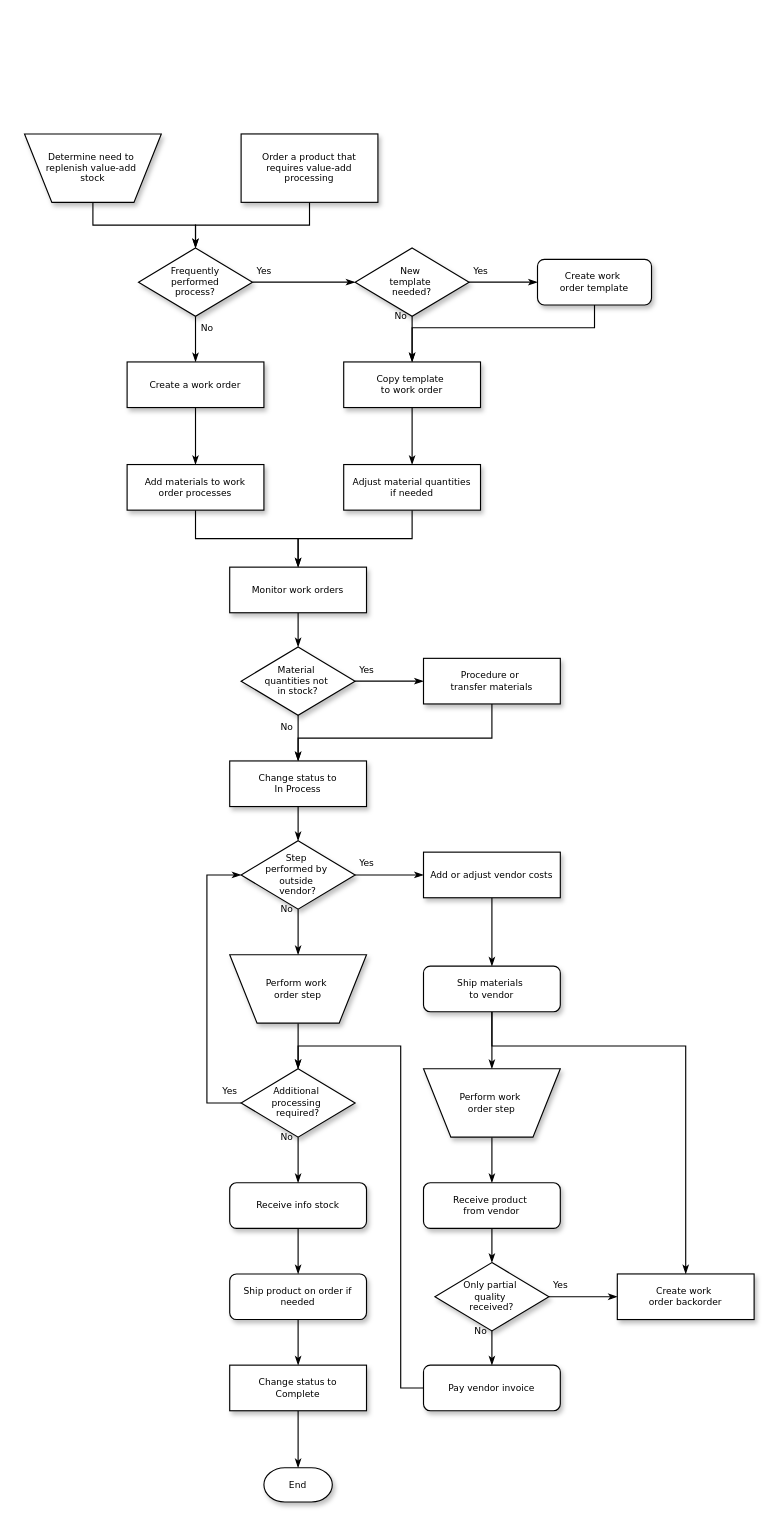
Before: Untitled Diagram.drawio in DanZech/45-Learning-Code, a draw.io diagram. Source tidied: cells renumbered, new cells numbered last; positions are measured from the earlier drawing's top-left corner, leaving out a move shared by most shapes. Both pictures are drawn from the tidied source at 114%, with x=0, y=0 at pixel (24, 133).
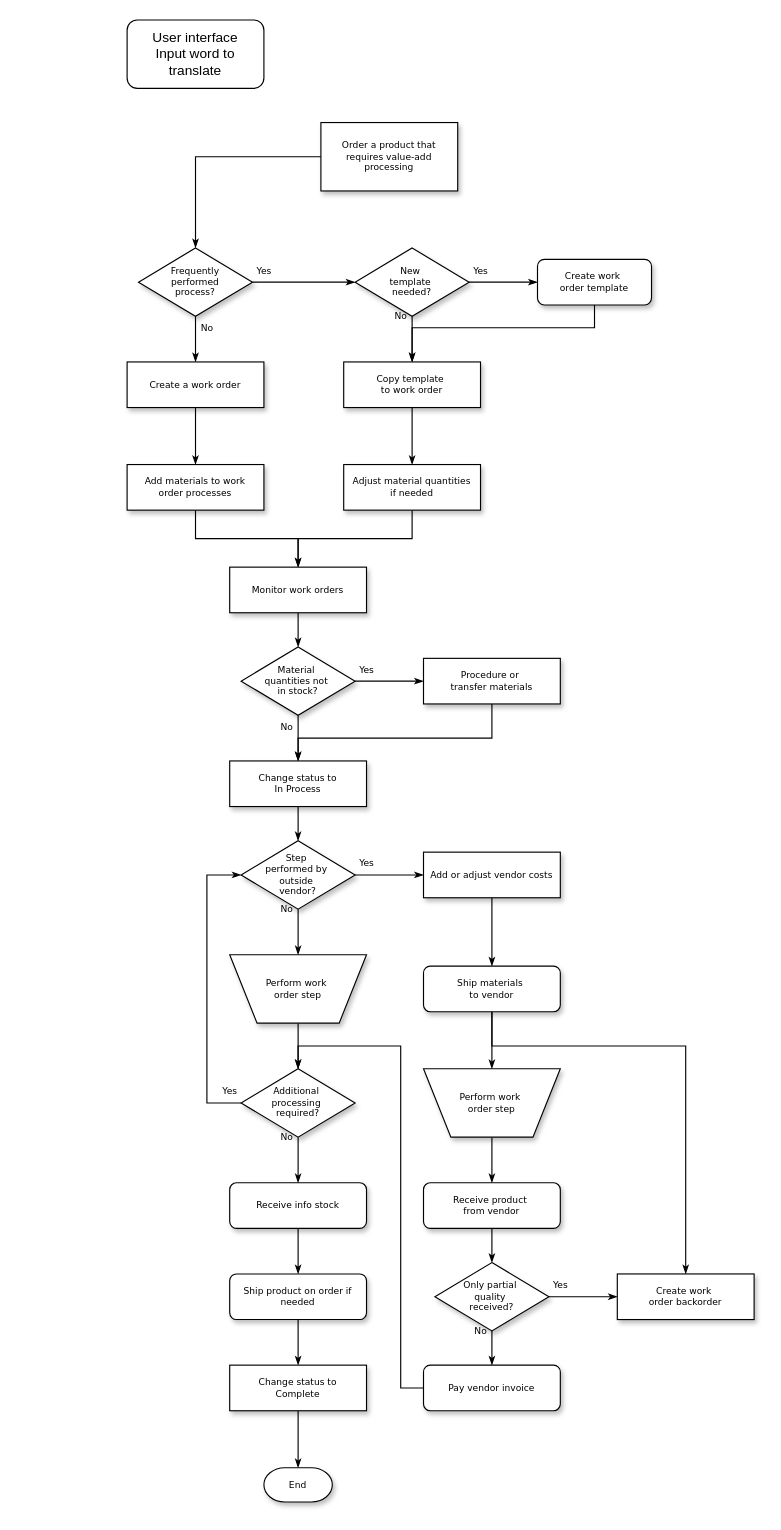
After the change.

The change refers to these unchanged cells:
```xml
<mxCell id="8" value="Frequently&lt;div&gt;performed&lt;/div&gt;&lt;div&gt;process?&lt;/div&gt;" style="rhombus;whiteSpace=wrap;html=1;rounded=0;shadow=1;labelBackgroundColor=none;strokeWidth=1;fontFamily=Verdana;fontSize=8;align=center;" parent="1" vertex="1">
  <mxGeometry x="100" y="100" width="100" height="60" as="geometry" />
</mxCell>
```

The edit, as a diff of the source:
```diff
@@
-    <mxCell id="2" style="edgeStyle=orthogonalEdgeStyle;rounded=0;html=1;labelBackgroundColor=none;startSize=5;endArrow=classicThin;endFill=1;endSize=5;jettySize=auto;strokeWidth=1;fontFamily=Verdana;fontSize=8;" parent="1" edge="1" source="3" target="8">
-      <mxGeometry relative="1" as="geometry" />
-    </mxCell>
-    <mxCell id="3" value="Determine need to&amp;nbsp;&lt;div&gt;replenish value-add&amp;nbsp;&lt;/div&gt;&lt;div&gt;stock&lt;/div&gt;" style="shape=trapezoid;whiteSpace=wrap;html=1;rounded=0;shadow=1;labelBackgroundColor=none;strokeWidth=1;fontFamily=Verdana;fontSize=8;align=center;flipV=1;" parent="1" vertex="1">
-      <mxGeometry width="120" height="60" as="geometry" />
-    </mxCell>
@@
     <mxCell id="5" value="Order a product that&lt;div&gt;requires value-add processing&lt;/div&gt;" style="rounded=0;whiteSpace=wrap;html=1;shadow=1;labelBackgroundColor=none;strokeWidth=1;fontFamily=Verdana;fontSize=8;align=center;" parent="1" vertex="1">
-      <mxGeometry x="190" width="120" height="60" as="geometry" />
+      <mxGeometry x="260" y="-10" width="120" height="60" as="geometry" />
     </mxCell>
@@
+    <mxCell id="61" value="User interface&lt;br&gt;Input word to translate" style="rounded=1;whiteSpace=wrap;html=1;" parent="1" vertex="1">
+      <mxGeometry x="90" y="-100" width="120" height="60" as="geometry" />
+    </mxCell>
```
